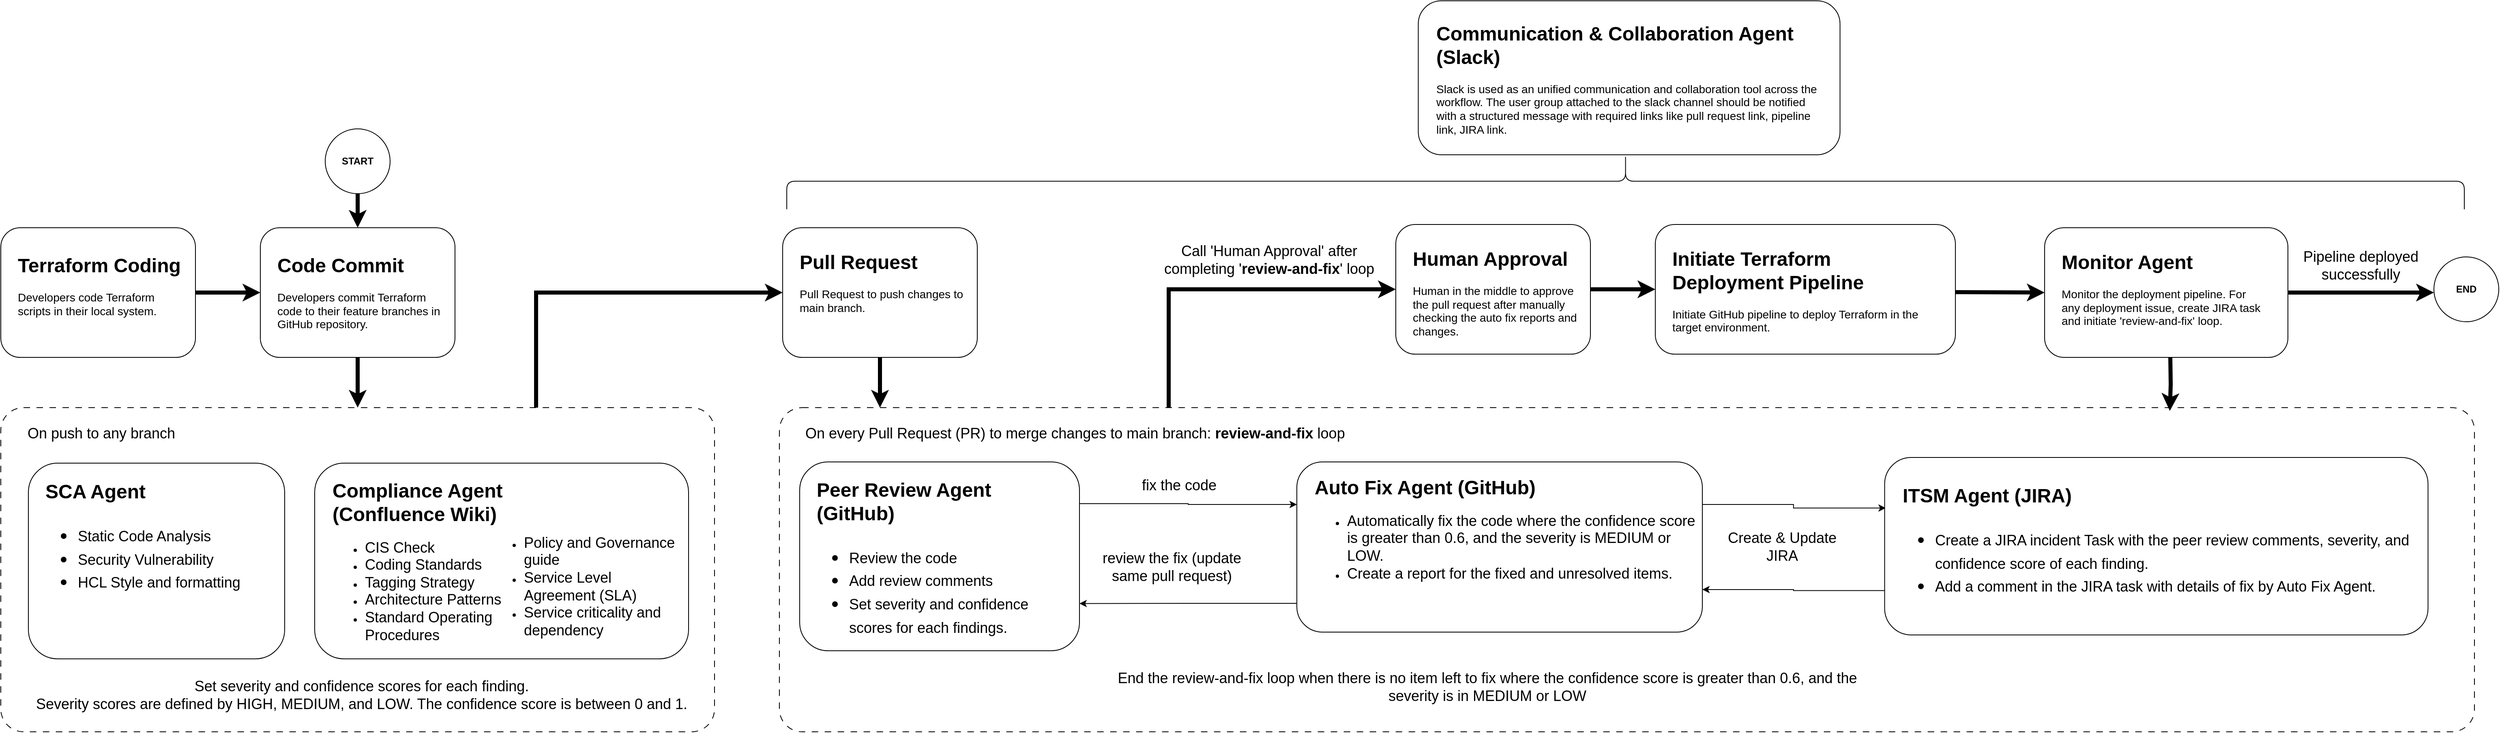
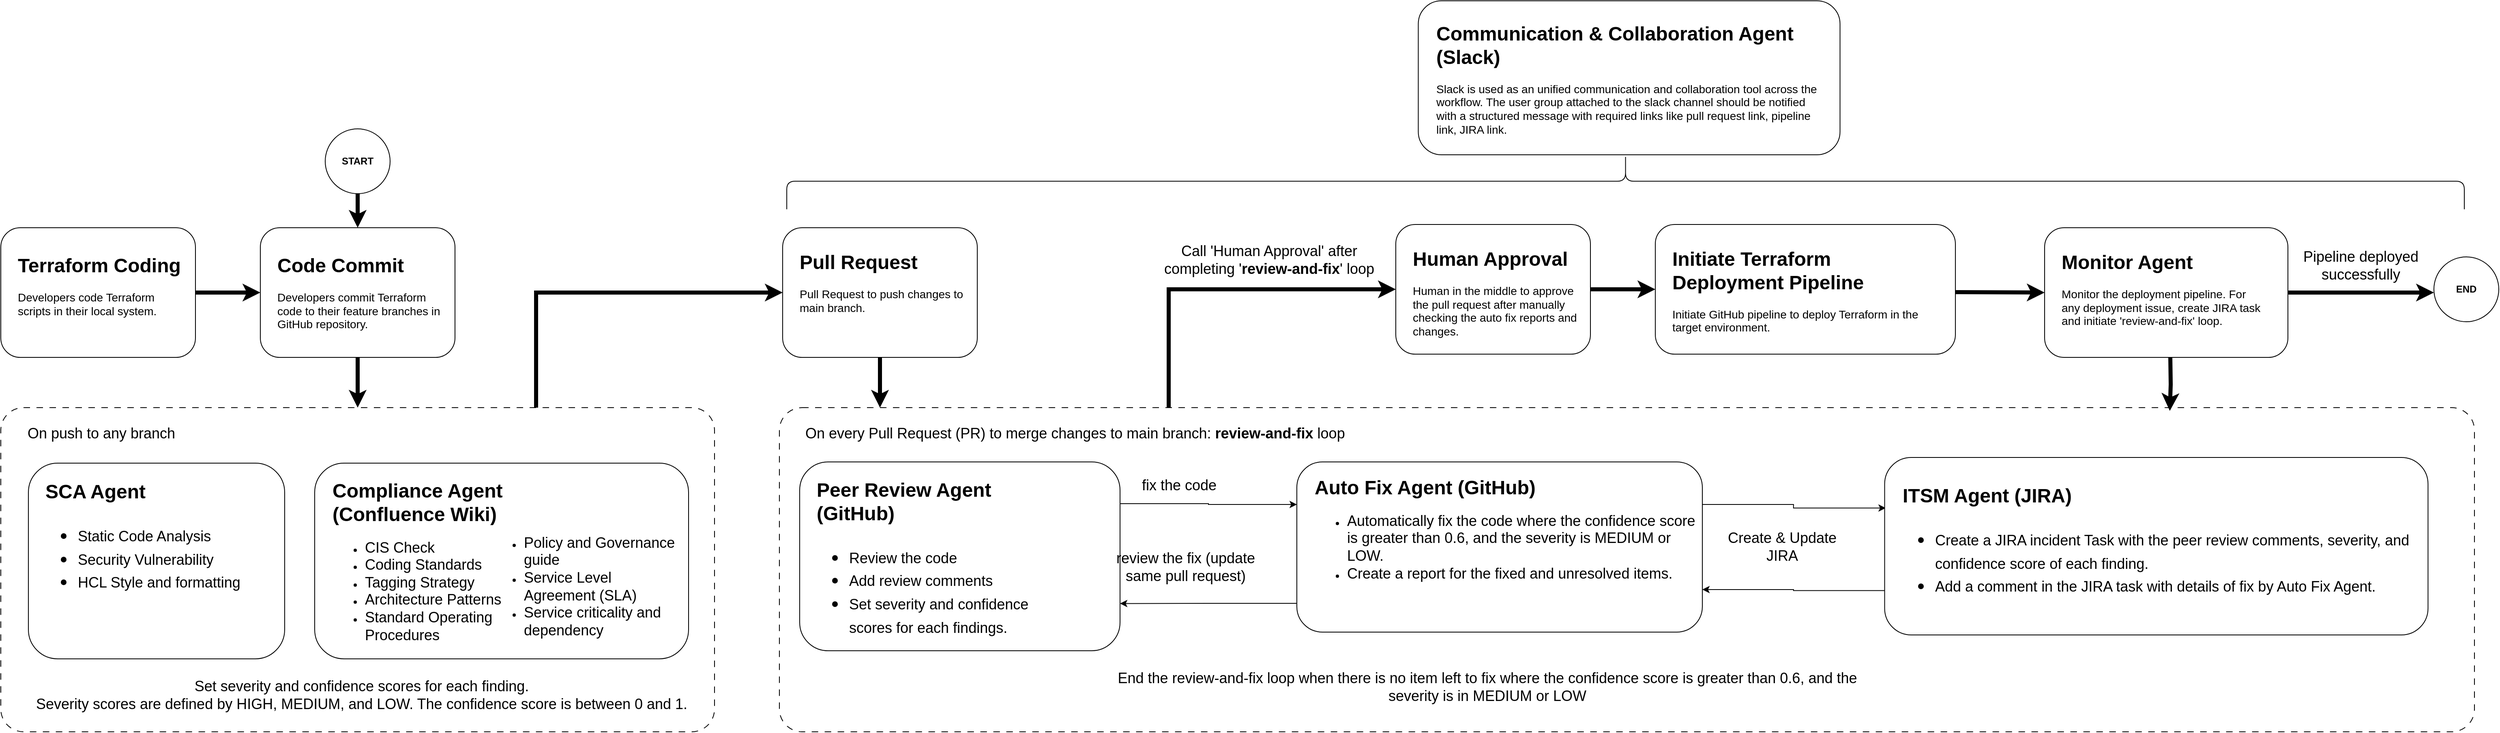
<mxfile host="app.diagrams.net">
  <diagram name="process-flow" id="llQ14HlxIDWXj9B5HY60">
    <mxGraphModel dx="2490" dy="2376" grid="1" gridSize="10" guides="1" tooltips="1" connect="1" arrows="1" fold="1" page="1" pageScale="1" pageWidth="850" pageHeight="1100" math="0" shadow="0">
      <root>
        <mxCell id="0" />
        <mxCell id="1" parent="0" />
        <mxCell id="IWc9zJM8tDhvkjJ2dRjy-13" edge="1" parent="1" source="IWc9zJM8tDhvkjJ2dRjy-5" style="edgeStyle=orthogonalEdgeStyle;rounded=0;orthogonalLoop=1;jettySize=auto;html=1;entryX=0;entryY=0.5;entryDx=0;entryDy=0;exitX=0.75;exitY=0;exitDx=0;exitDy=0;strokeWidth=5;" target="IWc9zJM8tDhvkjJ2dRjy-1">
          <mxGeometry relative="1" as="geometry" />
        </mxCell>
        <mxCell id="oJW8UGhNAXkty13G2p3x-1" parent="1" style="rounded=1;whiteSpace=wrap;html=1;" value="" vertex="1">
          <mxGeometry height="160" width="240" x="440" y="200" as="geometry" />
        </mxCell>
        <mxCell id="oJW8UGhNAXkty13G2p3x-3" parent="1" style="text;html=1;whiteSpace=wrap;overflow=hidden;rounded=0;" value="&lt;h1 style=&quot;margin-top: 0px;&quot;&gt;Code Commit&lt;/h1&gt;&lt;p&gt;&lt;font style=&quot;font-size: 14px;&quot;&gt;Developers commit Terraform code to their feature branches in GitHub repository.&lt;/font&gt;&lt;/p&gt;" vertex="1">
          <mxGeometry height="100" width="210" x="459" y="226" as="geometry" />
        </mxCell>
        <mxCell id="IWc9zJM8tDhvkjJ2dRjy-35" edge="1" parent="1" source="IWc9zJM8tDhvkjJ2dRjy-14" style="edgeStyle=orthogonalEdgeStyle;rounded=0;orthogonalLoop=1;jettySize=auto;html=1;entryX=0;entryY=0.5;entryDx=0;entryDy=0;exitX=0.279;exitY=0.025;exitDx=0;exitDy=0;exitPerimeter=0;strokeWidth=5;" target="IWc9zJM8tDhvkjJ2dRjy-33">
          <mxGeometry relative="1" as="geometry">
            <Array as="points">
              <mxPoint x="1560" y="276" />
            </Array>
          </mxGeometry>
        </mxCell>
        <mxCell id="IWc9zJM8tDhvkjJ2dRjy-1" parent="1" style="rounded=1;whiteSpace=wrap;html=1;" value="" vertex="1">
          <mxGeometry height="160" width="240" x="1084" y="200" as="geometry" />
        </mxCell>
        <mxCell id="IWc9zJM8tDhvkjJ2dRjy-2" parent="1" style="text;html=1;whiteSpace=wrap;overflow=hidden;rounded=0;" value="&lt;h1 style=&quot;margin-top: 0px;&quot;&gt;Pull Request&lt;/h1&gt;&lt;p&gt;&lt;font style=&quot;font-size: 14px;&quot;&gt;Pull Request to push changes to main branch.&lt;/font&gt;&lt;/p&gt;" vertex="1">
          <mxGeometry height="100" width="210" x="1103" y="222" as="geometry" />
        </mxCell>
        <mxCell id="IWc9zJM8tDhvkjJ2dRjy-12" edge="1" parent="1" source="IWc9zJM8tDhvkjJ2dRjy-3" style="edgeStyle=orthogonalEdgeStyle;rounded=0;orthogonalLoop=1;jettySize=auto;html=1;exitX=1;exitY=0.5;exitDx=0;exitDy=0;entryX=0;entryY=0.5;entryDx=0;entryDy=0;strokeWidth=5;" target="oJW8UGhNAXkty13G2p3x-1">
          <mxGeometry relative="1" as="geometry" />
        </mxCell>
        <mxCell id="IWc9zJM8tDhvkjJ2dRjy-3" parent="1" style="rounded=1;whiteSpace=wrap;html=1;" value="" vertex="1">
          <mxGeometry height="160" width="240" x="120" y="200" as="geometry" />
        </mxCell>
        <mxCell id="IWc9zJM8tDhvkjJ2dRjy-4" parent="1" style="text;html=1;whiteSpace=wrap;overflow=hidden;rounded=0;" value="&lt;h1 style=&quot;margin-top: 0px;&quot;&gt;Terraform Coding&lt;/h1&gt;&lt;p&gt;&lt;font style=&quot;font-size: 14px;&quot;&gt;Developers code Terraform scripts in their local system.&lt;/font&gt;&lt;/p&gt;" vertex="1">
          <mxGeometry height="100" width="210" x="139" y="226" as="geometry" />
        </mxCell>
        <mxCell id="IWc9zJM8tDhvkjJ2dRjy-5" parent="1" style="rounded=1;whiteSpace=wrap;html=1;arcSize=7;dashed=1;dashPattern=8 8;" value="" vertex="1">
          <mxGeometry height="400" width="880" x="120" y="422" as="geometry" />
        </mxCell>
        <mxCell id="IWc9zJM8tDhvkjJ2dRjy-6" parent="1" style="text;html=1;whiteSpace=wrap;strokeColor=none;fillColor=none;align=center;verticalAlign=middle;rounded=0;" value="&lt;font style=&quot;font-size: 18px;&quot;&gt;On push to any branch&lt;/font&gt;" vertex="1">
          <mxGeometry height="30" width="210" x="139" y="438.5" as="geometry" />
        </mxCell>
        <mxCell id="IWc9zJM8tDhvkjJ2dRjy-7" parent="1" style="rounded=1;whiteSpace=wrap;html=1;" value="" vertex="1">
          <mxGeometry height="241.5" width="316" x="154" y="490.5" as="geometry" />
        </mxCell>
        <mxCell id="IWc9zJM8tDhvkjJ2dRjy-8" parent="1" style="text;html=1;whiteSpace=wrap;overflow=hidden;rounded=0;" value="&lt;h1 style=&quot;margin-top: 0px;&quot;&gt;SCA Agent&lt;/h1&gt;&lt;h1 style=&quot;margin-top: 0px;&quot;&gt;&lt;p style=&quot;font-size: 12px; font-weight: 400;&quot;&gt;&lt;/p&gt;&lt;ul&gt;&lt;li&gt;&lt;span style=&quot;font-size: 18px; font-weight: normal;&quot;&gt;Static Code Analysis&lt;/span&gt;&lt;/li&gt;&lt;li&gt;&lt;span style=&quot;font-size: 18px; font-weight: normal;&quot;&gt;Security Vulnerability&lt;/span&gt;&lt;/li&gt;&lt;li&gt;&lt;span style=&quot;font-size: 18px; font-weight: normal;&quot;&gt;HCL Style and formatting&lt;/span&gt;&lt;/li&gt;&lt;/ul&gt;&lt;p&gt;&lt;/p&gt;&lt;/h1&gt;" vertex="1">
          <mxGeometry height="183" width="306" x="173" y="504.5" as="geometry" />
        </mxCell>
        <mxCell id="IWc9zJM8tDhvkjJ2dRjy-9" parent="1" style="rounded=1;whiteSpace=wrap;html=1;" value="" vertex="1">
          <mxGeometry height="241.5" width="461" x="507" y="490.5" as="geometry" />
        </mxCell>
        <mxCell id="IWc9zJM8tDhvkjJ2dRjy-10" parent="1" style="text;html=1;whiteSpace=wrap;overflow=hidden;rounded=0;" value="&lt;h1 style=&quot;margin-top: 0px;&quot;&gt;Compliance Agent (Confluence Wiki)&lt;/h1&gt;&lt;p&gt;&lt;/p&gt;&lt;ul&gt;&lt;li&gt;&lt;span style=&quot;font-size: 18px;&quot;&gt;CIS Check&lt;/span&gt;&lt;/li&gt;&lt;li&gt;&lt;span style=&quot;font-size: 18px;&quot;&gt;Coding Standards&lt;/span&gt;&lt;/li&gt;&lt;li&gt;&lt;span style=&quot;font-size: 18px;&quot;&gt;Tagging Strategy&lt;/span&gt;&lt;/li&gt;&lt;li&gt;&lt;span style=&quot;font-size: 18px;&quot;&gt;Architecture Patterns&lt;/span&gt;&lt;/li&gt;&lt;li&gt;&lt;span style=&quot;font-size: 18px;&quot;&gt;Standard Operating Procedures&lt;/span&gt;&lt;/li&gt;&lt;/ul&gt;&lt;p&gt;&lt;/p&gt;" vertex="1">
          <mxGeometry height="218.5" width="261" x="527" y="503.5" as="geometry" />
        </mxCell>
        <mxCell id="IWc9zJM8tDhvkjJ2dRjy-11" edge="1" parent="1" source="oJW8UGhNAXkty13G2p3x-1" style="edgeStyle=orthogonalEdgeStyle;rounded=0;orthogonalLoop=1;jettySize=auto;html=1;exitX=0.5;exitY=1;exitDx=0;exitDy=0;entryX=0.5;entryY=0;entryDx=0;entryDy=0;strokeWidth=5;" target="IWc9zJM8tDhvkjJ2dRjy-5">
          <mxGeometry relative="1" as="geometry" />
        </mxCell>
        <mxCell id="IWc9zJM8tDhvkjJ2dRjy-14" parent="1" style="rounded=1;whiteSpace=wrap;html=1;arcSize=7;dashed=1;dashPattern=8 8;" value="" vertex="1">
          <mxGeometry height="400" width="2090" x="1080" y="422" as="geometry" />
        </mxCell>
        <mxCell id="IWc9zJM8tDhvkjJ2dRjy-15" parent="1" style="text;html=1;whiteSpace=wrap;strokeColor=none;fillColor=none;align=left;verticalAlign=middle;rounded=0;" value="&lt;font style=&quot;font-size: 18px;&quot;&gt;On every Pull Request (PR) to merge changes to main branch: &lt;b&gt;review-and-fix &lt;/b&gt;loop&lt;/font&gt;" vertex="1">
          <mxGeometry height="30" width="740" x="1110" y="438.5" as="geometry" />
        </mxCell>
        <mxCell id="IWc9zJM8tDhvkjJ2dRjy-22" edge="1" parent="1" source="IWc9zJM8tDhvkjJ2dRjy-16" style="edgeStyle=orthogonalEdgeStyle;rounded=0;orthogonalLoop=1;jettySize=auto;html=1;exitX=1;exitY=0.221;exitDx=0;exitDy=0;entryX=0;entryY=0.25;entryDx=0;entryDy=0;exitPerimeter=0;" target="IWc9zJM8tDhvkjJ2dRjy-18">
          <mxGeometry relative="1" as="geometry" />
        </mxCell>
        <mxCell id="IWc9zJM8tDhvkjJ2dRjy-16" parent="1" style="rounded=1;whiteSpace=wrap;html=1;" value="" vertex="1">
-           <mxGeometry height="233" width="345" x="1105" y="489" as="geometry" />
+           <mxGeometry height="233" width="395" x="1105" y="489" as="geometry" />
        </mxCell>
        <mxCell id="IWc9zJM8tDhvkjJ2dRjy-17" parent="1" style="text;html=1;whiteSpace=wrap;overflow=hidden;rounded=0;" value="&lt;h1 style=&quot;margin-top: 0px;&quot;&gt;Peer Review Agent (GitHub)&lt;/h1&gt;&lt;h1 style=&quot;margin-top: 0px;&quot;&gt;&lt;p style=&quot;font-size: 12px; font-weight: 400;&quot;&gt;&lt;/p&gt;&lt;ul&gt;&lt;li&gt;&lt;span style=&quot;font-size: 18px; font-weight: 400;&quot;&gt;Review the code&lt;/span&gt;&lt;/li&gt;&lt;li&gt;&lt;span style=&quot;font-size: 18px; font-weight: 400;&quot;&gt;Add review comments&lt;/span&gt;&lt;/li&gt;&lt;li&gt;&lt;span style=&quot;font-size: 18px; font-weight: 400;&quot;&gt;Set severity and confidence scores for each findings.&lt;/span&gt;&lt;/li&gt;&lt;/ul&gt;&lt;p&gt;&lt;/p&gt;&lt;/h1&gt;" vertex="1">
          <mxGeometry height="209" width="306" x="1124" y="503" as="geometry" />
        </mxCell>
        <mxCell id="IWc9zJM8tDhvkjJ2dRjy-23" edge="1" parent="1" source="IWc9zJM8tDhvkjJ2dRjy-18" style="edgeStyle=orthogonalEdgeStyle;rounded=0;orthogonalLoop=1;jettySize=auto;html=1;exitX=0;exitY=0.831;exitDx=0;exitDy=0;entryX=1;entryY=0.75;entryDx=0;entryDy=0;exitPerimeter=0;" target="IWc9zJM8tDhvkjJ2dRjy-16">
          <mxGeometry relative="1" as="geometry" />
        </mxCell>
        <mxCell id="IWc9zJM8tDhvkjJ2dRjy-31" edge="1" parent="1" source="IWc9zJM8tDhvkjJ2dRjy-18" style="edgeStyle=orthogonalEdgeStyle;rounded=0;orthogonalLoop=1;jettySize=auto;html=1;exitX=1;exitY=0.25;exitDx=0;exitDy=0;entryX=0.002;entryY=0.285;entryDx=0;entryDy=0;entryPerimeter=0;" target="IWc9zJM8tDhvkjJ2dRjy-27">
          <mxGeometry relative="1" as="geometry" />
        </mxCell>
        <mxCell id="IWc9zJM8tDhvkjJ2dRjy-18" parent="1" style="rounded=1;whiteSpace=wrap;html=1;" value="" vertex="1">
          <mxGeometry height="210" width="500" x="1718" y="489" as="geometry" />
        </mxCell>
        <mxCell id="IWc9zJM8tDhvkjJ2dRjy-19" parent="1" style="text;html=1;whiteSpace=wrap;overflow=hidden;rounded=0;" value="&lt;h1 style=&quot;margin-top: 0px;&quot;&gt;Auto Fix Agent (GitHub)&lt;/h1&gt;&lt;p&gt;&lt;/p&gt;&lt;ul&gt;&lt;li&gt;&lt;span style=&quot;font-size: 18px;&quot;&gt;Automatically fix the code where the confidence score is greater than 0.6, and the severity is MEDIUM or LOW.&amp;nbsp;&lt;/span&gt;&lt;/li&gt;&lt;li&gt;&lt;span style=&quot;font-size: 18px;&quot;&gt;Create a report for the fixed and unresolved items.&lt;/span&gt;&lt;/li&gt;&lt;/ul&gt;&lt;p&gt;&lt;/p&gt;" vertex="1">
          <mxGeometry height="192" width="473" x="1738" y="500" as="geometry" />
        </mxCell>
        <mxCell id="IWc9zJM8tDhvkjJ2dRjy-20" parent="1" style="text;whiteSpace=wrap;fontSize=18;align=center;" value="Set severity and confidence scores for each finding.&#xa;Severity scores are defined by HIGH, MEDIUM, and LOW. The confidence score is between 0 and 1." vertex="1">
          <mxGeometry height="50.5" width="830" x="150" y="748.5" as="geometry" />
        </mxCell>
        <mxCell id="IWc9zJM8tDhvkjJ2dRjy-21" edge="1" parent="1" source="IWc9zJM8tDhvkjJ2dRjy-1" style="edgeStyle=orthogonalEdgeStyle;rounded=0;orthogonalLoop=1;jettySize=auto;html=1;exitX=0.5;exitY=1;exitDx=0;exitDy=0;strokeWidth=5;">
          <mxGeometry relative="1" as="geometry">
            <Array as="points">
              <mxPoint x="1204" y="422" />
            </Array>
            <mxPoint x="1204" y="422" as="targetPoint" />
          </mxGeometry>
        </mxCell>
        <mxCell id="IWc9zJM8tDhvkjJ2dRjy-24" parent="1" style="text;html=1;whiteSpace=wrap;strokeColor=none;fillColor=none;align=center;verticalAlign=middle;rounded=0;" value="&lt;font style=&quot;font-size: 18px;&quot;&gt;fix the code&lt;/font&gt;" vertex="1">
          <mxGeometry height="30" width="114" x="1516" y="503" as="geometry" />
        </mxCell>
        <mxCell id="IWc9zJM8tDhvkjJ2dRjy-25" parent="1" style="text;html=1;whiteSpace=wrap;strokeColor=none;fillColor=none;align=center;verticalAlign=middle;rounded=0;" value="&lt;font style=&quot;font-size: 18px;&quot;&gt;review the fix (update same pull request)&lt;/font&gt;" vertex="1">
-           <mxGeometry height="67" width="212" x="1458" y="585" as="geometry" />
+           <mxGeometry height="67" width="212" x="1475" y="585" as="geometry" />
        </mxCell>
        <mxCell id="IWc9zJM8tDhvkjJ2dRjy-26" parent="1" style="text;html=1;whiteSpace=wrap;strokeColor=none;fillColor=none;align=center;verticalAlign=middle;rounded=0;" value="&lt;font style=&quot;font-size: 18px;&quot;&gt;End the review-and-fix loop when there is no item left to fix where the confidence score is greater than 0.6, and the severity is in MEDIUM or LOW&lt;/font&gt;" vertex="1">
          <mxGeometry height="50" width="980" x="1462.75" y="742" as="geometry" />
        </mxCell>
        <mxCell id="IWc9zJM8tDhvkjJ2dRjy-30" edge="1" parent="1" source="IWc9zJM8tDhvkjJ2dRjy-27" style="edgeStyle=orthogonalEdgeStyle;rounded=0;orthogonalLoop=1;jettySize=auto;html=1;exitX=0;exitY=0.75;exitDx=0;exitDy=0;entryX=1;entryY=0.75;entryDx=0;entryDy=0;" target="IWc9zJM8tDhvkjJ2dRjy-18">
          <mxGeometry relative="1" as="geometry" />
        </mxCell>
        <mxCell id="IWc9zJM8tDhvkjJ2dRjy-27" parent="1" style="rounded=1;whiteSpace=wrap;html=1;" value="" vertex="1">
          <mxGeometry height="219" width="670" x="2442.75" y="483.5" as="geometry" />
        </mxCell>
        <mxCell id="IWc9zJM8tDhvkjJ2dRjy-28" parent="1" style="text;html=1;whiteSpace=wrap;overflow=hidden;rounded=0;" value="&lt;h1 style=&quot;margin-top: 0px;&quot;&gt;ITSM Agent (JIRA)&lt;/h1&gt;&lt;h1 style=&quot;margin-top: 0px;&quot;&gt;&lt;p style=&quot;font-size: 12px; font-weight: 400;&quot;&gt;&lt;/p&gt;&lt;ul&gt;&lt;li&gt;&lt;span style=&quot;font-size: 18px; font-weight: 400;&quot;&gt;Create a JIRA incident Task with the peer review comments, severity, and confidence score of each finding.&lt;/span&gt;&lt;/li&gt;&lt;li&gt;&lt;span style=&quot;font-size: 18px; font-weight: 400;&quot;&gt;Add a comment in the JIRA task with details of fix by Auto Fix Agent.&lt;/span&gt;&lt;/li&gt;&lt;/ul&gt;&lt;p&gt;&lt;/p&gt;&lt;/h1&gt;" vertex="1">
          <mxGeometry height="191" width="630" x="2462.75" y="509.5" as="geometry" />
        </mxCell>
        <mxCell id="IWc9zJM8tDhvkjJ2dRjy-32" parent="1" style="text;html=1;whiteSpace=wrap;strokeColor=none;fillColor=none;align=center;verticalAlign=middle;rounded=0;" value="&lt;font style=&quot;font-size: 18px;&quot;&gt;Create &amp;amp; Update JIRA&lt;/font&gt;" vertex="1">
          <mxGeometry height="57.5" width="173" x="2230" y="565.25" as="geometry" />
        </mxCell>
        <mxCell id="IWc9zJM8tDhvkjJ2dRjy-39" edge="1" parent="1" source="IWc9zJM8tDhvkjJ2dRjy-33" style="edgeStyle=orthogonalEdgeStyle;rounded=0;orthogonalLoop=1;jettySize=auto;html=1;exitX=1;exitY=0.5;exitDx=0;exitDy=0;entryX=0;entryY=0.5;entryDx=0;entryDy=0;strokeWidth=5;" target="IWc9zJM8tDhvkjJ2dRjy-37">
          <mxGeometry relative="1" as="geometry" />
        </mxCell>
        <mxCell id="IWc9zJM8tDhvkjJ2dRjy-33" parent="1" style="rounded=1;whiteSpace=wrap;html=1;" value="" vertex="1">
          <mxGeometry height="160" width="240" x="1840" y="196" as="geometry" />
        </mxCell>
        <mxCell id="IWc9zJM8tDhvkjJ2dRjy-34" parent="1" style="text;html=1;whiteSpace=wrap;overflow=hidden;rounded=0;" value="&lt;h1 style=&quot;margin-top: 0px;&quot;&gt;Human Approval&lt;/h1&gt;&lt;p&gt;&lt;font style=&quot;font-size: 14px;&quot;&gt;Human in the middle to approve the pull request after manually checking the auto fix reports and changes.&amp;nbsp;&lt;/font&gt;&lt;/p&gt;" vertex="1">
          <mxGeometry height="122" width="210" x="1859" y="218" as="geometry" />
        </mxCell>
        <mxCell id="IWc9zJM8tDhvkjJ2dRjy-36" parent="1" style="text;html=1;whiteSpace=wrap;strokeColor=none;fillColor=none;align=center;verticalAlign=middle;rounded=0;" value="&lt;font style=&quot;font-size: 18px;&quot;&gt;Call &#39;Human Approval&#39; after completing &#39;&lt;b&gt;review-and-fix&lt;/b&gt;&#39; loop&lt;/font&gt;" vertex="1">
          <mxGeometry height="60" width="268" x="1550" y="210" as="geometry" />
        </mxCell>
        <mxCell id="IWc9zJM8tDhvkjJ2dRjy-37" parent="1" style="rounded=1;whiteSpace=wrap;html=1;" value="" vertex="1">
          <mxGeometry height="160" width="370" x="2160" y="196" as="geometry" />
        </mxCell>
        <mxCell id="IWc9zJM8tDhvkjJ2dRjy-38" parent="1" style="text;html=1;whiteSpace=wrap;overflow=hidden;rounded=0;" value="&lt;h1 style=&quot;margin-top: 0px;&quot;&gt;Initiate Terraform Deployment Pipeline&lt;/h1&gt;&lt;p&gt;&lt;font style=&quot;font-size: 14px;&quot;&gt;Initiate GitHub pipeline to deploy Terraform in the target environment.&lt;/font&gt;&amp;nbsp;&amp;nbsp;&lt;/p&gt;" vertex="1">
          <mxGeometry height="112" width="341" x="2179" y="218" as="geometry" />
        </mxCell>
        <mxCell id="IWc9zJM8tDhvkjJ2dRjy-41" edge="1" parent="1" source="IWc9zJM8tDhvkjJ2dRjy-40" style="edgeStyle=orthogonalEdgeStyle;rounded=0;orthogonalLoop=1;jettySize=auto;html=1;exitX=0.5;exitY=1;exitDx=0;exitDy=0;entryX=0.5;entryY=0;entryDx=0;entryDy=0;strokeWidth=5;" target="oJW8UGhNAXkty13G2p3x-1">
          <mxGeometry relative="1" as="geometry" />
        </mxCell>
        <mxCell id="IWc9zJM8tDhvkjJ2dRjy-40" parent="1" style="ellipse;whiteSpace=wrap;html=1;aspect=fixed;fontStyle=1" value="START" vertex="1">
          <mxGeometry height="80" width="80" x="520" y="78" as="geometry" />
        </mxCell>
        <mxCell id="IWc9zJM8tDhvkjJ2dRjy-47" edge="1" parent="1" source="IWc9zJM8tDhvkjJ2dRjy-42" style="edgeStyle=orthogonalEdgeStyle;rounded=0;orthogonalLoop=1;jettySize=auto;html=1;exitX=1;exitY=0.5;exitDx=0;exitDy=0;strokeWidth=5;">
          <mxGeometry relative="1" as="geometry">
            <mxPoint x="3120" y="280" as="targetPoint" />
          </mxGeometry>
        </mxCell>
        <mxCell id="IWc9zJM8tDhvkjJ2dRjy-42" parent="1" style="rounded=1;whiteSpace=wrap;html=1;" value="" vertex="1">
          <mxGeometry height="160" width="300" x="2640" y="200" as="geometry" />
        </mxCell>
        <mxCell id="IWc9zJM8tDhvkjJ2dRjy-43" parent="1" style="text;html=1;whiteSpace=wrap;overflow=hidden;rounded=0;" value="&lt;h1 style=&quot;margin-top: 0px;&quot;&gt;Monitor Agent&lt;/h1&gt;&lt;p&gt;&lt;font style=&quot;font-size: 14px;&quot;&gt;Monitor the deployment pipeline.&amp;nbsp;&lt;span style=&quot;background-color: transparent; color: light-dark(rgb(0, 0, 0), rgb(255, 255, 255));&quot;&gt;F&lt;/span&gt;&lt;span style=&quot;background-color: transparent; color: light-dark(rgb(0, 0, 0), rgb(255, 255, 255));&quot;&gt;or any deployment issue, create JIRA task and initiate &#39;review-and-fix&#39; loop.&lt;/span&gt;&lt;/font&gt;&lt;/p&gt;" vertex="1">
          <mxGeometry height="112" width="251" x="2659" y="222" as="geometry" />
        </mxCell>
        <mxCell id="IWc9zJM8tDhvkjJ2dRjy-44" edge="1" parent="1" style="edgeStyle=orthogonalEdgeStyle;rounded=0;orthogonalLoop=1;jettySize=auto;html=1;exitX=1;exitY=0.5;exitDx=0;exitDy=0;entryX=0;entryY=0.5;entryDx=0;entryDy=0;strokeWidth=5;" target="IWc9zJM8tDhvkjJ2dRjy-42">
          <mxGeometry relative="1" as="geometry">
            <mxPoint x="2530" y="279.5" as="sourcePoint" />
            <mxPoint x="2610" y="279.5" as="targetPoint" />
          </mxGeometry>
        </mxCell>
        <mxCell id="IWc9zJM8tDhvkjJ2dRjy-45" edge="1" parent="1" style="edgeStyle=orthogonalEdgeStyle;rounded=0;orthogonalLoop=1;jettySize=auto;html=1;exitX=0.25;exitY=1;exitDx=0;exitDy=0;entryX=0.782;entryY=0.01;entryDx=0;entryDy=0;entryPerimeter=0;strokeWidth=5;">
          <mxGeometry relative="1" as="geometry">
            <Array as="points" />
            <mxPoint x="2795" y="360" as="sourcePoint" />
            <mxPoint x="2794.38" y="426" as="targetPoint" />
          </mxGeometry>
        </mxCell>
        <mxCell id="IWc9zJM8tDhvkjJ2dRjy-46" parent="1" style="ellipse;whiteSpace=wrap;html=1;aspect=fixed;fontStyle=1" value="END" vertex="1">
          <mxGeometry height="80" width="80" x="3120" y="236" as="geometry" />
        </mxCell>
        <mxCell id="IWc9zJM8tDhvkjJ2dRjy-48" parent="1" style="text;html=1;whiteSpace=wrap;strokeColor=none;fillColor=none;align=center;verticalAlign=middle;rounded=0;" value="&lt;font style=&quot;font-size: 18px;&quot;&gt;Pipeline deployed successfully&lt;/font&gt;" vertex="1">
          <mxGeometry height="57.5" width="160" x="2950" y="218" as="geometry" />
        </mxCell>
        <mxCell id="IWc9zJM8tDhvkjJ2dRjy-50" parent="1" style="text;html=1;whiteSpace=wrap;overflow=hidden;rounded=0;" value="&lt;h1 style=&quot;margin-top: 0px;&quot;&gt;&lt;br&gt;&lt;/h1&gt;&lt;ul&gt;&lt;li&gt;&lt;span style=&quot;font-size: 18px;&quot;&gt;Policy and Governance guide&lt;/span&gt;&lt;/li&gt;&lt;li&gt;&lt;span style=&quot;font-size: 18px;&quot;&gt;Service Level Agreement (SLA)&lt;/span&gt;&lt;/li&gt;&lt;li&gt;&lt;span style=&quot;font-size: 18px;&quot;&gt;Service criticality and dependency&lt;/span&gt;&lt;/li&gt;&lt;/ul&gt;&lt;p&gt;&lt;/p&gt;" vertex="1">
          <mxGeometry height="200" width="240" x="723" y="527" as="geometry" />
        </mxCell>
        <mxCell id="IWc9zJM8tDhvkjJ2dRjy-51" parent="1" style="shape=curlyBracket;whiteSpace=wrap;html=1;rounded=1;labelPosition=left;verticalLabelPosition=middle;align=right;verticalAlign=middle;rotation=90;" value="" vertex="1">
          <mxGeometry height="2068.43" width="69.25" x="2088.67" y="-891.58" as="geometry" />
        </mxCell>
        <mxCell id="IWc9zJM8tDhvkjJ2dRjy-52" parent="1" style="rounded=1;whiteSpace=wrap;html=1;" value="" vertex="1">
          <mxGeometry height="190" width="520" x="1867.75" y="-80" as="geometry" />
        </mxCell>
        <mxCell id="IWc9zJM8tDhvkjJ2dRjy-53" parent="1" style="text;html=1;whiteSpace=wrap;overflow=hidden;rounded=0;" value="&lt;h1 style=&quot;margin-top: 0px;&quot;&gt;Communication &amp;amp; Collaboration Agent (Slack)&lt;/h1&gt;&lt;p&gt;&lt;font style=&quot;font-size: 14px;&quot;&gt;Slack is used as an unified communication and collaboration tool across the workflow. The user group attached to the slack channel should be notified with a structured message with required links like pull request link, pipeline link, JIRA link.&lt;/font&gt;&lt;/p&gt;" vertex="1">
          <mxGeometry height="154" width="480" x="1887.75" y="-60" as="geometry" />
        </mxCell>
      </root>
    </mxGraphModel>
  </diagram>
</mxfile>
